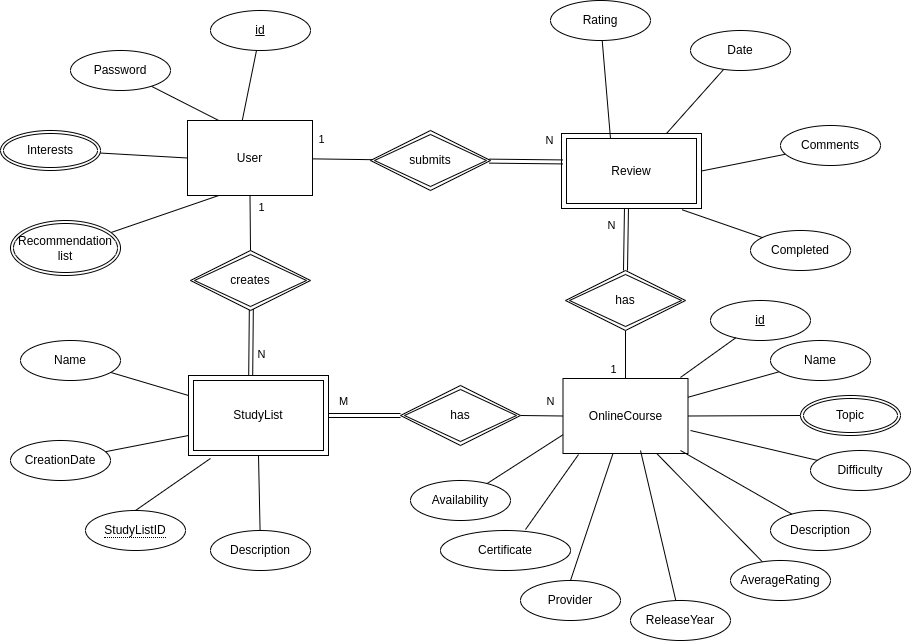
Before: images/OnlineCourseReviewer-ER.png, a diagram exported from draw.io (m-berggren/CourseReviewr). Source tidied: cells renumbered, new cells last; positions are measured from the earlier drawing's top-left corner, leaving out a move shared by most shapes.
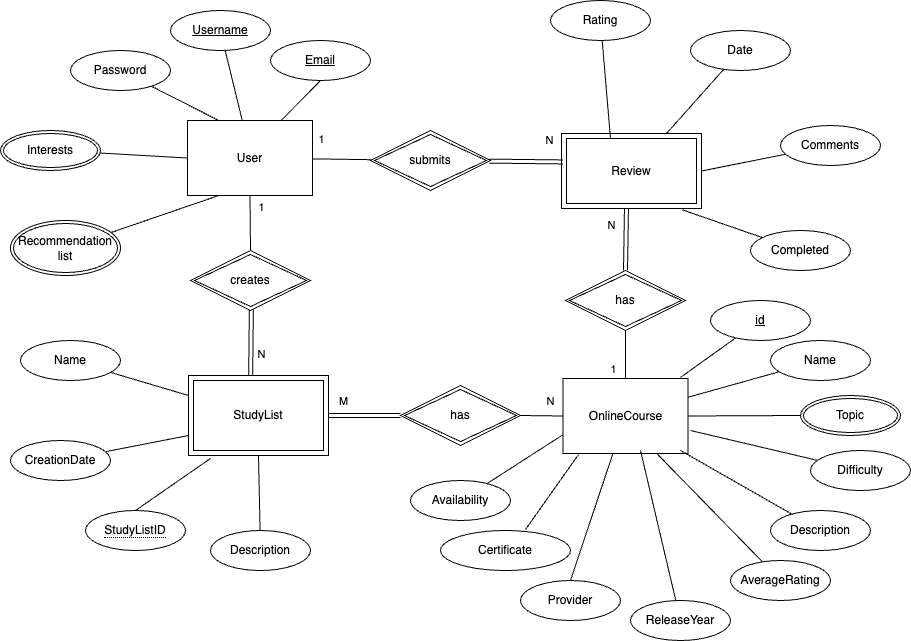
The same diagram one commit later.

Change to the diagram source:
```diff
@@ -99,8 +99,8 @@
     <mxCell id="26" style="rounded=0;jettySize=auto;html=1;entryX=0.438;entryY=0;entryDx=0;entryDy=0;endArrow=none;endFill=0;entryPerimeter=0;" parent="1" edge="1" source="27" target="4">
       <mxGeometry relative="1" as="geometry" />
     </mxCell>
-    <mxCell id="27" value="id" style="ellipse;whiteSpace=wrap;html=1;align=center;fontStyle=4;" parent="1" vertex="1">
-      <mxGeometry x="210" y="10" width="100" height="40" as="geometry" />
+    <mxCell id="27" value="Username" style="ellipse;whiteSpace=wrap;html=1;align=center;fontStyle=4;" parent="1" vertex="1">
+      <mxGeometry x="170" y="10" width="100" height="40" as="geometry" />
     </mxCell>
     <mxCell id="28" style="rounded=0;jettySize=auto;html=1;entryX=0.25;entryY=0;entryDx=0;entryDy=0;endArrow=none;endFill=0;" parent="1" edge="1" source="29" target="4">
       <mxGeometry relative="1" as="geometry" />
@@ -236,5 +236,11 @@
     <mxCell id="69" style="rounded=0;jettySize=auto;html=1;endArrow=none;endFill=0;entryX=0.654;entryY=-0.025;entryDx=0;entryDy=0;entryPerimeter=0;exitX=0.124;exitY=1.014;exitDx=0;exitDy=0;exitPerimeter=0;" parent="1" edge="1" source="8" target="61">
       <mxGeometry relative="1" as="geometry" />
     </mxCell>
+    <mxCell id="70" value="Email" style="ellipse;whiteSpace=wrap;html=1;align=center;fontStyle=4;" parent="1" vertex="1">
+      <mxGeometry x="270" y="40" width="100" height="40" as="geometry" />
+    </mxCell>
+    <mxCell id="71" style="rounded=0;jettySize=auto;html=1;entryX=0.75;entryY=0;entryDx=0;entryDy=0;endArrow=none;endFill=0;exitX=0.5;exitY=1;exitDx=0;exitDy=0;" parent="1" edge="1" source="70" target="4">
+      <mxGeometry relative="1" as="geometry" />
+    </mxCell>
   </root>
 </mxGraphModel>
```
